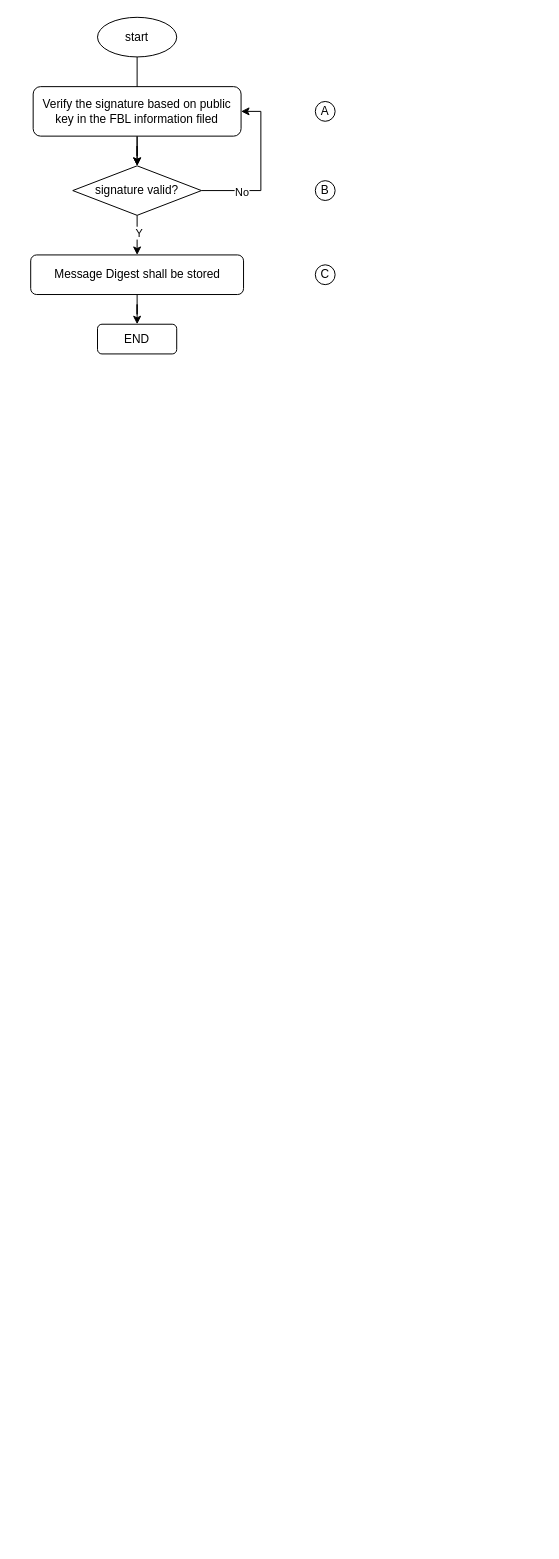
Before: Untitled Diagram.drawio in YuzhouYe/peb, a draw.io diagram. Source tidied: cells renumbered, new cells numbered last; positions are measured from the earlier drawing's top-left corner, leaving out a move shared by most shapes. Both pictures are drawn from the tidied source at 99%, with x=0, y=0 at pixel (30, 17).
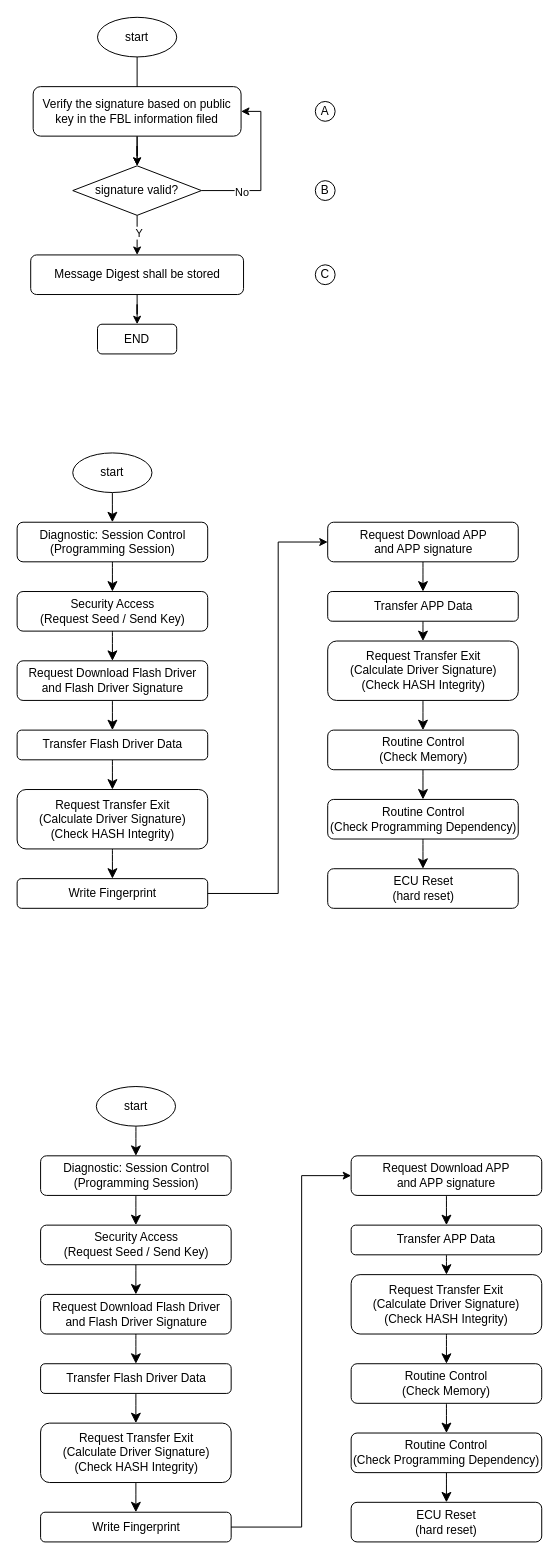
The same diagram, later.

Commit message:
bie shuo le

Change to the diagram source:
```diff
@@
+    <mxCell id="17" style="edgeStyle=none;curved=1;rounded=0;jettySize=auto;html=1;exitX=0.5;exitY=1;exitDx=0;exitDy=0;fontSize=12;startSize=8;endSize=8;" parent="1" edge="1" source="18" target="20">
+      <mxGeometry relative="1" as="geometry" />
+    </mxCell>
+    <mxCell id="18" value="start" style="ellipse;whiteSpace=wrap;html=1;" parent="1" vertex="1">
+      <mxGeometry x="43" y="440" width="80" height="40" as="geometry" />
+    </mxCell>
+    <mxCell id="19" style="edgeStyle=none;curved=1;rounded=0;jettySize=auto;html=1;exitX=0.5;exitY=1;exitDx=0;exitDy=0;entryX=0.5;entryY=0;entryDx=0;entryDy=0;fontSize=12;startSize=8;endSize=8;" parent="1" edge="1" source="20" target="22">
+      <mxGeometry relative="1" as="geometry" />
+    </mxCell>
+    <mxCell id="20" value="Diagnostic: Session Control&lt;div&gt;(Programming Session)&lt;/div&gt;" style="rounded=1;whiteSpace=wrap;html=1;" parent="1" vertex="1">
+      <mxGeometry x="-13.2" y="510" width="192.5" height="40" as="geometry" />
+    </mxCell>
+    <mxCell id="21" style="edgeStyle=none;curved=1;rounded=0;jettySize=auto;html=1;exitX=0.5;exitY=1;exitDx=0;exitDy=0;entryX=0.5;entryY=0;entryDx=0;entryDy=0;fontSize=12;startSize=8;endSize=8;" parent="1" edge="1" source="22" target="24">
+      <mxGeometry relative="1" as="geometry" />
+    </mxCell>
+    <mxCell id="22" value="Security Access&lt;div&gt;(Request Seed / Send Key)&lt;/div&gt;" style="rounded=1;whiteSpace=wrap;html=1;" parent="1" vertex="1">
+      <mxGeometry x="-13.2" y="580" width="192.5" height="40" as="geometry" />
+    </mxCell>
+    <mxCell id="23" style="edgeStyle=none;curved=1;rounded=0;jettySize=auto;html=1;exitX=0.5;exitY=1;exitDx=0;exitDy=0;entryX=0.5;entryY=0;entryDx=0;entryDy=0;fontSize=12;startSize=8;endSize=8;" parent="1" edge="1" source="24" target="26">
+      <mxGeometry relative="1" as="geometry" />
+    </mxCell>
+    <mxCell id="24" value="Request Download Flash Driver&lt;div&gt;and Flash Driver Signature&lt;/div&gt;" style="rounded=1;whiteSpace=wrap;html=1;" parent="1" vertex="1">
+      <mxGeometry x="-13.2" y="650" width="192.5" height="40" as="geometry" />
+    </mxCell>
+    <mxCell id="25" style="edgeStyle=none;curved=1;rounded=0;jettySize=auto;html=1;exitX=0.5;exitY=1;exitDx=0;exitDy=0;entryX=0.5;entryY=0;entryDx=0;entryDy=0;fontSize=12;startSize=8;endSize=8;" parent="1" edge="1" source="26" target="28">
+      <mxGeometry relative="1" as="geometry" />
+    </mxCell>
+    <mxCell id="26" value="Transfer Flash Driver Data" style="rounded=1;whiteSpace=wrap;html=1;" parent="1" vertex="1">
+      <mxGeometry x="-13.2" y="720" width="192.5" height="30" as="geometry" />
+    </mxCell>
+    <mxCell id="27" style="edgeStyle=none;curved=1;rounded=0;jettySize=auto;html=1;exitX=0.5;exitY=1;exitDx=0;exitDy=0;entryX=0.5;entryY=0;entryDx=0;entryDy=0;fontSize=12;startSize=8;endSize=8;" parent="1" edge="1" source="28" target="29">
+      <mxGeometry relative="1" as="geometry" />
+    </mxCell>
+    <mxCell id="28" value="Request Transfer Exit&lt;div&gt;(Calculate Driver Signature)&lt;/div&gt;&lt;div&gt;(Check HASH Integrity)&lt;/div&gt;" style="rounded=1;whiteSpace=wrap;html=1;" parent="1" vertex="1">
+      <mxGeometry x="-13.2" y="780" width="192.5" height="60" as="geometry" />
+    </mxCell>
+    <mxCell id="29" value="Write Fingerprint" style="rounded=1;whiteSpace=wrap;html=1;" parent="1" vertex="1">
+      <mxGeometry x="-13.2" y="870" width="192.5" height="30" as="geometry" />
+    </mxCell>
+    <mxCell id="30" style="edgeStyle=none;curved=1;rounded=0;jettySize=auto;html=1;exitX=0.5;exitY=1;exitDx=0;exitDy=0;entryX=0.5;entryY=0;entryDx=0;entryDy=0;fontSize=12;startSize=8;endSize=8;" parent="1" edge="1" source="31" target="33">
+      <mxGeometry relative="1" as="geometry" />
+    </mxCell>
+    <mxCell id="31" value="Request Download APP&lt;div&gt;and APP signature&lt;/div&gt;" style="rounded=1;whiteSpace=wrap;html=1;" parent="1" vertex="1">
+      <mxGeometry x="300.5" y="510" width="192.5" height="40" as="geometry" />
+    </mxCell>
+    <mxCell id="32" style="edgeStyle=none;curved=1;rounded=0;jettySize=auto;html=1;fontSize=12;startSize=8;endSize=8;" parent="1" edge="1" source="33" target="35">
+      <mxGeometry relative="1" as="geometry" />
+    </mxCell>
+    <mxCell id="33" value="Transfer APP Data" style="rounded=1;whiteSpace=wrap;html=1;" parent="1" vertex="1">
+      <mxGeometry x="300.5" y="580" width="192.5" height="30" as="geometry" />
+    </mxCell>
+    <mxCell id="34" style="edgeStyle=none;curved=1;rounded=0;jettySize=auto;html=1;entryX=0.5;entryY=0;entryDx=0;entryDy=0;fontSize=12;startSize=8;endSize=8;" parent="1" edge="1" source="35" target="37">
+      <mxGeometry relative="1" as="geometry" />
+    </mxCell>
+    <mxCell id="35" value="Request Transfer Exit&lt;div&gt;(Calculate Driver Signature)&lt;/div&gt;&lt;div&gt;(Check HASH Integrity)&lt;/div&gt;" style="rounded=1;whiteSpace=wrap;html=1;" parent="1" vertex="1">
+      <mxGeometry x="300.5" y="630" width="192.5" height="60" as="geometry" />
+    </mxCell>
+    <mxCell id="36" style="edgeStyle=none;curved=1;rounded=0;jettySize=auto;html=1;exitX=0.5;exitY=1;exitDx=0;exitDy=0;entryX=0.5;entryY=0;entryDx=0;entryDy=0;fontSize=12;startSize=8;endSize=8;" parent="1" edge="1" source="37" target="39">
+      <mxGeometry relative="1" as="geometry" />
+    </mxCell>
+    <mxCell id="37" value="Routine Control&lt;div&gt;(Check Memory)&lt;/div&gt;" style="rounded=1;whiteSpace=wrap;html=1;" parent="1" vertex="1">
+      <mxGeometry x="300.5" y="720" width="192.5" height="40" as="geometry" />
+    </mxCell>
+    <mxCell id="38" style="edgeStyle=none;curved=1;rounded=0;jettySize=auto;html=1;exitX=0.5;exitY=1;exitDx=0;exitDy=0;entryX=0.5;entryY=0;entryDx=0;entryDy=0;fontSize=12;startSize=8;endSize=8;" parent="1" edge="1" source="39" target="40">
+      <mxGeometry relative="1" as="geometry" />
+    </mxCell>
+    <mxCell id="39" value="Routine Control&lt;div&gt;(Check Programming Dependency)&lt;/div&gt;" style="rounded=1;whiteSpace=wrap;html=1;" parent="1" vertex="1">
+      <mxGeometry x="300.5" y="790" width="192.5" height="40" as="geometry" />
+    </mxCell>
+    <mxCell id="40" value="ECU Reset&lt;div&gt;(hard reset)&lt;/div&gt;" style="rounded=1;whiteSpace=wrap;html=1;" parent="1" vertex="1">
+      <mxGeometry x="300.5" y="860" width="192.5" height="40" as="geometry" />
+    </mxCell>
+    <mxCell id="41" style="edgeStyle=orthogonalEdgeStyle;rounded=0;jettySize=auto;html=1;entryX=0;entryY=0.5;entryDx=0;entryDy=0;exitX=1;exitY=0.5;exitDx=0;exitDy=0;" parent="1" edge="1" source="29" target="31">
+      <mxGeometry relative="1" as="geometry">
+        <Array as="points">
+          <mxPoint x="250.5" y="885" />
+          <mxPoint x="250.5" y="530" />
+        </Array>
+      </mxGeometry>
+    </mxCell>
+    <mxCell id="42" style="edgeStyle=none;curved=1;rounded=0;jettySize=auto;html=1;exitX=0.5;exitY=1;exitDx=0;exitDy=0;fontSize=12;startSize=8;endSize=8;" parent="1" edge="1" source="43" target="45">
+      <mxGeometry relative="1" as="geometry" />
+    </mxCell>
+    <mxCell id="43" value="start" style="ellipse;whiteSpace=wrap;html=1;" parent="1" vertex="1">
+      <mxGeometry x="66.8" y="1080" width="80" height="40" as="geometry" />
+    </mxCell>
+    <mxCell id="44" style="edgeStyle=none;curved=1;rounded=0;jettySize=auto;html=1;exitX=0.5;exitY=1;exitDx=0;exitDy=0;entryX=0.5;entryY=0;entryDx=0;entryDy=0;fontSize=12;startSize=8;endSize=8;" parent="1" edge="1" source="45" target="47">
+      <mxGeometry relative="1" as="geometry" />
+    </mxCell>
+    <mxCell id="45" value="Diagnostic: Session Control&lt;div&gt;(Programming Session)&lt;/div&gt;" style="rounded=1;whiteSpace=wrap;html=1;" parent="1" vertex="1">
+      <mxGeometry x="10.5" y="1150" width="192.5" height="40" as="geometry" />
+    </mxCell>
+    <mxCell id="46" style="edgeStyle=none;curved=1;rounded=0;jettySize=auto;html=1;exitX=0.5;exitY=1;exitDx=0;exitDy=0;entryX=0.5;entryY=0;entryDx=0;entryDy=0;fontSize=12;startSize=8;endSize=8;" parent="1" edge="1" source="47" target="49">
+      <mxGeometry relative="1" as="geometry" />
+    </mxCell>
+    <mxCell id="47" value="Security Access&lt;div&gt;(Request Seed / Send Key)&lt;/div&gt;" style="rounded=1;whiteSpace=wrap;html=1;" parent="1" vertex="1">
+      <mxGeometry x="10.5" y="1220" width="192.5" height="40" as="geometry" />
+    </mxCell>
+    <mxCell id="48" style="edgeStyle=none;curved=1;rounded=0;jettySize=auto;html=1;exitX=0.5;exitY=1;exitDx=0;exitDy=0;entryX=0.5;entryY=0;entryDx=0;entryDy=0;fontSize=12;startSize=8;endSize=8;" parent="1" edge="1" source="49" target="51">
+      <mxGeometry relative="1" as="geometry" />
+    </mxCell>
+    <mxCell id="49" value="Request Download Flash Driver&lt;div&gt;and Flash Driver Signature&lt;/div&gt;" style="rounded=1;whiteSpace=wrap;html=1;" parent="1" vertex="1">
+      <mxGeometry x="10.5" y="1290" width="192.5" height="40" as="geometry" />
+    </mxCell>
+    <mxCell id="50" style="edgeStyle=none;curved=1;rounded=0;jettySize=auto;html=1;exitX=0.5;exitY=1;exitDx=0;exitDy=0;entryX=0.5;entryY=0;entryDx=0;entryDy=0;fontSize=12;startSize=8;endSize=8;" parent="1" edge="1" source="51" target="53">
+      <mxGeometry relative="1" as="geometry" />
+    </mxCell>
+    <mxCell id="51" value="Transfer Flash Driver Data" style="rounded=1;whiteSpace=wrap;html=1;" parent="1" vertex="1">
+      <mxGeometry x="10.5" y="1360" width="192.5" height="30" as="geometry" />
+    </mxCell>
+    <mxCell id="52" style="edgeStyle=none;curved=1;rounded=0;jettySize=auto;html=1;exitX=0.5;exitY=1;exitDx=0;exitDy=0;entryX=0.5;entryY=0;entryDx=0;entryDy=0;fontSize=12;startSize=8;endSize=8;" parent="1" edge="1" source="53" target="54">
+      <mxGeometry relative="1" as="geometry" />
+    </mxCell>
+    <mxCell id="53" value="Request Transfer Exit&lt;div&gt;(Calculate Driver Signature)&lt;/div&gt;&lt;div&gt;(Check HASH Integrity)&lt;/div&gt;" style="rounded=1;whiteSpace=wrap;html=1;" parent="1" vertex="1">
+      <mxGeometry x="10.5" y="1420" width="192.5" height="60" as="geometry" />
+    </mxCell>
+    <mxCell id="54" value="Write Fingerprint" style="rounded=1;whiteSpace=wrap;html=1;" parent="1" vertex="1">
+      <mxGeometry x="10.5" y="1510" width="192.5" height="30" as="geometry" />
+    </mxCell>
+    <mxCell id="55" style="edgeStyle=none;curved=1;rounded=0;jettySize=auto;html=1;exitX=0.5;exitY=1;exitDx=0;exitDy=0;entryX=0.5;entryY=0;entryDx=0;entryDy=0;fontSize=12;startSize=8;endSize=8;" parent="1" edge="1" source="56" target="58">
+      <mxGeometry relative="1" as="geometry" />
+    </mxCell>
+    <mxCell id="56" value="Request Download APP&lt;div&gt;and APP signature&lt;/div&gt;" style="rounded=1;whiteSpace=wrap;html=1;" parent="1" vertex="1">
+      <mxGeometry x="324.2" y="1150" width="192.5" height="40" as="geometry" />
+    </mxCell>
+    <mxCell id="57" style="edgeStyle=none;curved=1;rounded=0;jettySize=auto;html=1;fontSize=12;startSize=8;endSize=8;" parent="1" edge="1" source="58" target="60">
+      <mxGeometry relative="1" as="geometry" />
+    </mxCell>
+    <mxCell id="58" value="Transfer APP Data" style="rounded=1;whiteSpace=wrap;html=1;" parent="1" vertex="1">
+      <mxGeometry x="324.2" y="1220" width="192.5" height="30" as="geometry" />
+    </mxCell>
+    <mxCell id="59" style="edgeStyle=none;curved=1;rounded=0;jettySize=auto;html=1;entryX=0.5;entryY=0;entryDx=0;entryDy=0;fontSize=12;startSize=8;endSize=8;" parent="1" edge="1" source="60" target="62">
+      <mxGeometry relative="1" as="geometry" />
+    </mxCell>
+    <mxCell id="60" value="Request Transfer Exit&lt;div&gt;(Calculate Driver Signature)&lt;/div&gt;&lt;div&gt;(Check HASH Integrity)&lt;/div&gt;" style="rounded=1;whiteSpace=wrap;html=1;" parent="1" vertex="1">
+      <mxGeometry x="324.2" y="1270" width="192.5" height="60" as="geometry" />
+    </mxCell>
+    <mxCell id="61" style="edgeStyle=none;curved=1;rounded=0;jettySize=auto;html=1;exitX=0.5;exitY=1;exitDx=0;exitDy=0;entryX=0.5;entryY=0;entryDx=0;entryDy=0;fontSize=12;startSize=8;endSize=8;" parent="1" edge="1" source="62" target="64">
+      <mxGeometry relative="1" as="geometry" />
+    </mxCell>
+    <mxCell id="62" value="Routine Control&lt;div&gt;(Check Memory)&lt;/div&gt;" style="rounded=1;whiteSpace=wrap;html=1;" parent="1" vertex="1">
+      <mxGeometry x="324.2" y="1360" width="192.5" height="40" as="geometry" />
+    </mxCell>
+    <mxCell id="63" style="edgeStyle=none;curved=1;rounded=0;jettySize=auto;html=1;exitX=0.5;exitY=1;exitDx=0;exitDy=0;entryX=0.5;entryY=0;entryDx=0;entryDy=0;fontSize=12;startSize=8;endSize=8;" parent="1" edge="1" source="64" target="65">
+      <mxGeometry relative="1" as="geometry" />
+    </mxCell>
+    <mxCell id="64" value="Routine Control&lt;div&gt;(Check Programming Dependency)&lt;/div&gt;" style="rounded=1;whiteSpace=wrap;html=1;" parent="1" vertex="1">
+      <mxGeometry x="324.2" y="1430" width="192.5" height="40" as="geometry" />
+    </mxCell>
+    <mxCell id="65" value="ECU Reset&lt;div&gt;(hard reset)&lt;/div&gt;" style="rounded=1;whiteSpace=wrap;html=1;" parent="1" vertex="1">
+      <mxGeometry x="324.2" y="1500" width="192.5" height="40" as="geometry" />
+    </mxCell>
+    <mxCell id="66" style="edgeStyle=orthogonalEdgeStyle;rounded=0;jettySize=auto;html=1;entryX=0;entryY=0.5;entryDx=0;entryDy=0;exitX=1;exitY=0.5;exitDx=0;exitDy=0;" parent="1" edge="1" source="54" target="56">
+      <mxGeometry relative="1" as="geometry">
+        <Array as="points">
+          <mxPoint x="274.2" y="1525" />
+          <mxPoint x="274.2" y="1170" />
+        </Array>
+      </mxGeometry>
+    </mxCell>
```
